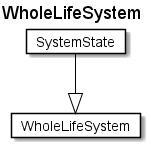
Earlier version of the PlantUML export fragments/diagrams/WholeLifeSystem.png (rtigran/rdf2adoc).
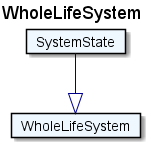
After the change.

What changed in the source:
```diff
@@ -1,11 +1,11 @@
 @startuml
 Title WholeLifeSystem
 
-Card WholeLifeSystem #fff [
+Card WholeLifeSystem #F0F8FF [
 WholeLifeSystem
 ]
-Card SystemState #fff [
+Card SystemState #F0F8FF [
 SystemState
 ]
-SystemState --|> WholeLifeSystem  #000
+SystemState --|> WholeLifeSystem  #00008B
 @enduml
```
